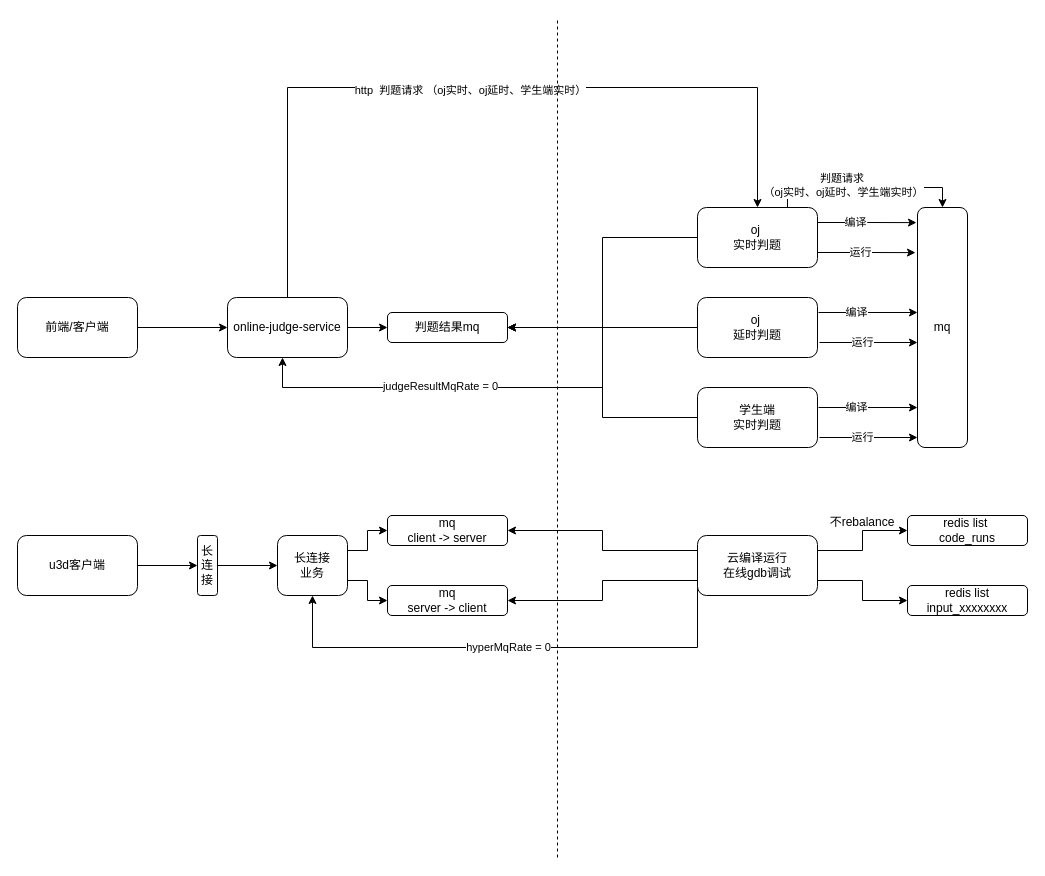
Above: judge-center独立集群.drawio in xiell2016/hetaoDesign (draw.io), before the change. Source tidied: cells renumbered, new cells numbered last; positions are measured from the earlier drawing's top-left corner, leaving out a move shared by most shapes. Both pictures are drawn from the tidied source at 100%, with x=0, y=0 at pixel (17, 17).
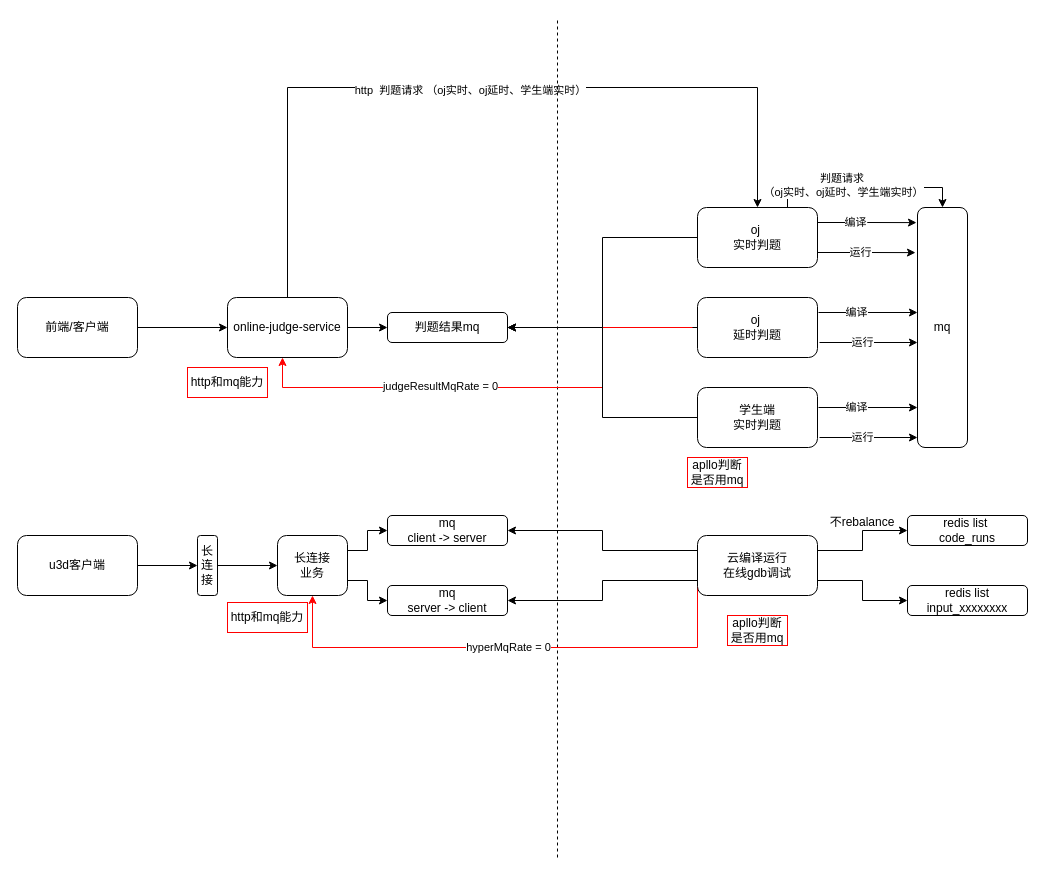
Above is the later version.

Commit message:
更新judge-center独立集群.drawio

The change refers to these unchanged cells:
```xml
<mxCell id="8" value="长连接&lt;div&gt;业务&lt;/div&gt;" style="rounded=1;whiteSpace=wrap;html=1;" parent="1" vertex="1">
  <mxGeometry x="260" y="518" width="70" height="60" as="geometry" />
</mxCell>
<mxCell id="44" value="云编译运行&lt;br&gt;&lt;div&gt;在线gdb调试&lt;/div&gt;" style="rounded=1;whiteSpace=wrap;html=1;" parent="1" vertex="1">
  <mxGeometry x="680" y="518" width="120" height="60" as="geometry" />
</mxCell>
```

Diff of the diagram source:
```diff
@@
-    <mxCell id="18" style="edgeStyle=orthogonalEdgeStyle;rounded=0;orthogonalLoop=1;jettySize=auto;html=1;exitX=0;exitY=0.5;exitDx=0;exitDy=0;entryX=0.5;entryY=1;entryDx=0;entryDy=0;" parent="1" edge="1">
+    <mxCell id="18" style="edgeStyle=orthogonalEdgeStyle;rounded=0;orthogonalLoop=1;jettySize=auto;html=1;exitX=0;exitY=0.5;exitDx=0;exitDy=0;entryX=0.5;entryY=1;entryDx=0;entryDy=0;strokeColor=#FF0000;" parent="1" edge="1">
       <mxGeometry relative="1" as="geometry">
         <mxPoint x="675" y="310" as="sourcePoint" />
         <mxPoint x="265" y="340" as="targetPoint" />
         <Array as="points">
           <mxPoint x="585" y="310" />
           <mxPoint x="585" y="370" />
           <mxPoint x="265" y="370" />
         </Array>
       </mxGeometry>
     </mxCell>
@@
-    <mxCell id="42" style="edgeStyle=orthogonalEdgeStyle;rounded=0;jettySize=auto;html=1;exitX=0;exitY=0.75;exitDx=0;exitDy=0;entryX=0.5;entryY=1;entryDx=0;entryDy=0;" parent="1" edge="1" source="44" target="8">
+    <mxCell id="42" style="edgeStyle=orthogonalEdgeStyle;rounded=0;jettySize=auto;html=1;exitX=0;exitY=0.75;exitDx=0;exitDy=0;entryX=0.5;entryY=1;entryDx=0;entryDy=0;strokeColor=#FF0000;" parent="1" edge="1" source="44" target="8">
       <mxGeometry relative="1" as="geometry">
         <Array as="points">
           <mxPoint x="680" y="630" />
           <mxPoint x="295" y="630" />
         </Array>
       </mxGeometry>
     </mxCell>
@@
+    <mxCell id="52" value="http和mq能力" style="text;html=1;align=center;verticalAlign=middle;whiteSpace=wrap;rounded=0;strokeColor=#FF0000;" parent="1" vertex="1">
+      <mxGeometry x="170" y="350" width="80" height="30" as="geometry" />
+    </mxCell>
+    <mxCell id="53" value="http和mq能力" style="text;html=1;align=center;verticalAlign=middle;whiteSpace=wrap;rounded=0;strokeColor=#FF0000;" parent="1" vertex="1">
+      <mxGeometry x="210" y="585" width="80" height="30" as="geometry" />
+    </mxCell>
+    <mxCell id="54" value="apllo判断是否用mq" style="text;html=1;align=center;verticalAlign=middle;whiteSpace=wrap;rounded=0;strokeColor=#FF0000;" parent="1" vertex="1">
+      <mxGeometry x="670" y="440" width="60" height="30" as="geometry" />
+    </mxCell>
+    <mxCell id="55" value="apllo判断是否用mq" style="text;html=1;align=center;verticalAlign=middle;whiteSpace=wrap;rounded=0;strokeColor=#FF0000;" parent="1" vertex="1">
+      <mxGeometry x="710" y="598" width="60" height="30" as="geometry" />
+    </mxCell>
```
